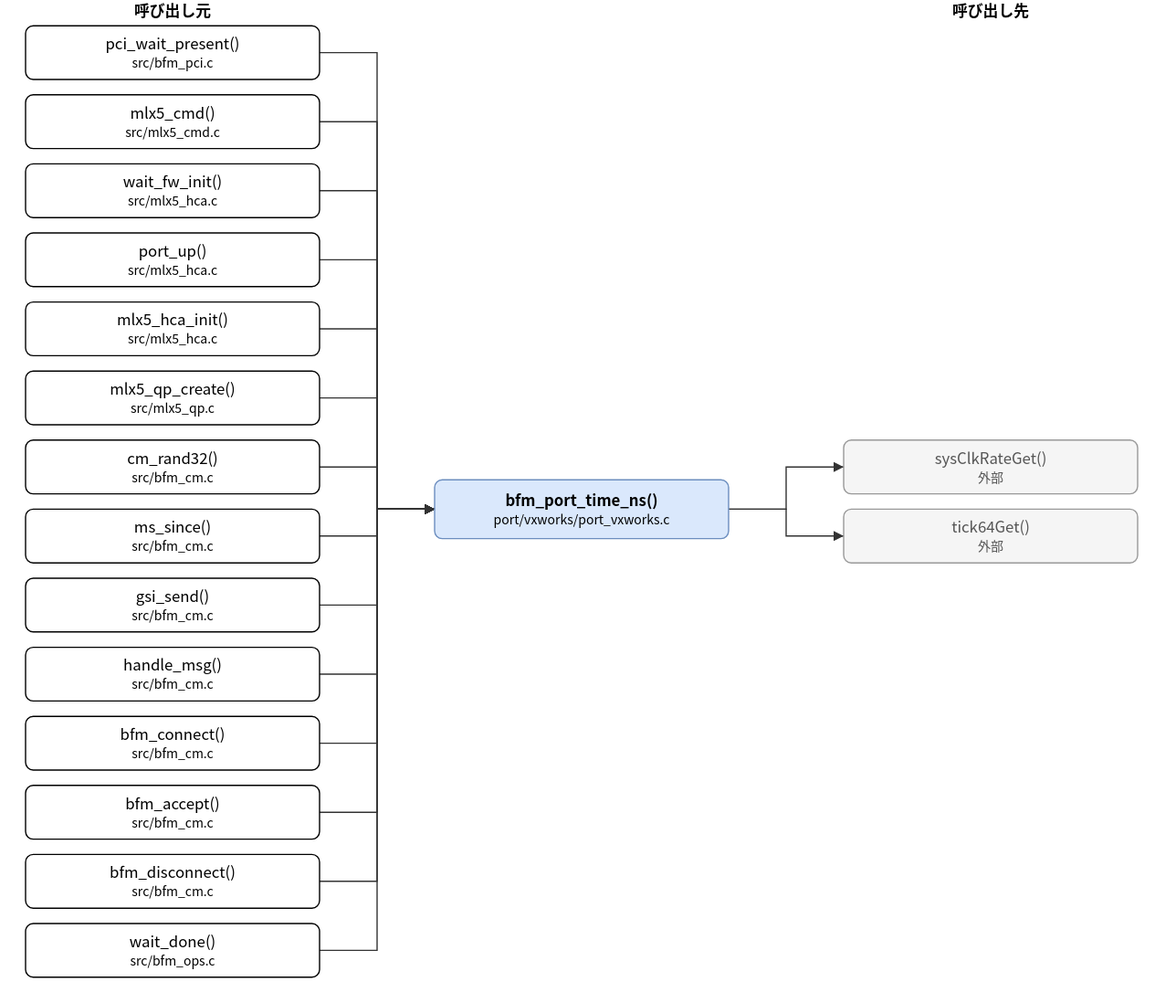
This is doc/spec/images/call_port_vxworks_port_vxworks-bfm_port_time_ns.drawio.svg from hf355051012-ai/bfmem, a draw.io export, as it was before one commit. Source tidied: cells renumbered, new cells last; positions are measured from the earlier drawing's top-left corner, leaving out a move shared by most shapes. Its diagram source:
```xml
<mxGraphModel>
  <root>
    <mxCell id="0" />
    <mxCell id="1" parent="0" />
    <mxCell id="2" value="bfm_port_time_ns()&lt;br&gt;&lt;font style=&quot;font-size:10px&quot;&gt;port/vxworks/port_vxworks.c&lt;/font&gt;" style="rounded=1;whiteSpace=wrap;html=1;fillColor=#dae8fc;strokeColor=#6c8ebf;fontStyle=1;" parent="1" vertex="1">
      <mxGeometry x="320" y="375" width="230" height="46" as="geometry" />
    </mxCell>
    <mxCell id="3" value="pci_wait_present()&lt;br&gt;&lt;font style=&quot;font-size:10px&quot;&gt;src/bfm_pci.c&lt;/font&gt;" style="rounded=1;whiteSpace=wrap;html=1;" parent="1" vertex="1">
      <mxGeometry y="20" width="230" height="42" as="geometry" />
    </mxCell>
    <mxCell id="4" value="mlx5_cmd()&lt;br&gt;&lt;font style=&quot;font-size:10px&quot;&gt;src/mlx5_cmd.c&lt;/font&gt;" style="rounded=1;whiteSpace=wrap;html=1;" parent="1" vertex="1">
      <mxGeometry y="74" width="230" height="42" as="geometry" />
    </mxCell>
    <mxCell id="5" value="wait_fw_init()&lt;br&gt;&lt;font style=&quot;font-size:10px&quot;&gt;src/mlx5_hca.c&lt;/font&gt;" style="rounded=1;whiteSpace=wrap;html=1;" parent="1" vertex="1">
      <mxGeometry y="128" width="230" height="42" as="geometry" />
    </mxCell>
    <mxCell id="6" value="port_up()&lt;br&gt;&lt;font style=&quot;font-size:10px&quot;&gt;src/mlx5_hca.c&lt;/font&gt;" style="rounded=1;whiteSpace=wrap;html=1;" parent="1" vertex="1">
      <mxGeometry y="182" width="230" height="42" as="geometry" />
    </mxCell>
    <mxCell id="7" value="mlx5_hca_init()&lt;br&gt;&lt;font style=&quot;font-size:10px&quot;&gt;src/mlx5_hca.c&lt;/font&gt;" style="rounded=1;whiteSpace=wrap;html=1;" parent="1" vertex="1">
      <mxGeometry y="236" width="230" height="42" as="geometry" />
    </mxCell>
    <mxCell id="8" value="mlx5_qp_create()&lt;br&gt;&lt;font style=&quot;font-size:10px&quot;&gt;src/mlx5_qp.c&lt;/font&gt;" style="rounded=1;whiteSpace=wrap;html=1;" parent="1" vertex="1">
      <mxGeometry y="290" width="230" height="42" as="geometry" />
    </mxCell>
    <mxCell id="9" value="cm_rand32()&lt;br&gt;&lt;font style=&quot;font-size:10px&quot;&gt;src/bfm_cm.c&lt;/font&gt;" style="rounded=1;whiteSpace=wrap;html=1;" parent="1" vertex="1">
      <mxGeometry y="344" width="230" height="42" as="geometry" />
    </mxCell>
    <mxCell id="10" value="ms_since()&lt;br&gt;&lt;font style=&quot;font-size:10px&quot;&gt;src/bfm_cm.c&lt;/font&gt;" style="rounded=1;whiteSpace=wrap;html=1;" parent="1" vertex="1">
      <mxGeometry y="398" width="230" height="42" as="geometry" />
    </mxCell>
    <mxCell id="11" value="gsi_send()&lt;br&gt;&lt;font style=&quot;font-size:10px&quot;&gt;src/bfm_cm.c&lt;/font&gt;" style="rounded=1;whiteSpace=wrap;html=1;" parent="1" vertex="1">
      <mxGeometry y="452" width="230" height="42" as="geometry" />
    </mxCell>
    <mxCell id="12" value="handle_msg()&lt;br&gt;&lt;font style=&quot;font-size:10px&quot;&gt;src/bfm_cm.c&lt;/font&gt;" style="rounded=1;whiteSpace=wrap;html=1;" parent="1" vertex="1">
      <mxGeometry y="506" width="230" height="42" as="geometry" />
    </mxCell>
    <mxCell id="13" value="bfm_connect()&lt;br&gt;&lt;font style=&quot;font-size:10px&quot;&gt;src/bfm_cm.c&lt;/font&gt;" style="rounded=1;whiteSpace=wrap;html=1;" parent="1" vertex="1">
      <mxGeometry y="560" width="230" height="42" as="geometry" />
    </mxCell>
    <mxCell id="14" value="bfm_accept()&lt;br&gt;&lt;font style=&quot;font-size:10px&quot;&gt;src/bfm_cm.c&lt;/font&gt;" style="rounded=1;whiteSpace=wrap;html=1;" parent="1" vertex="1">
      <mxGeometry y="614" width="230" height="42" as="geometry" />
    </mxCell>
    <mxCell id="15" value="bfm_disconnect()&lt;br&gt;&lt;font style=&quot;font-size:10px&quot;&gt;src/bfm_cm.c&lt;/font&gt;" style="rounded=1;whiteSpace=wrap;html=1;" parent="1" vertex="1">
      <mxGeometry y="668" width="230" height="42" as="geometry" />
    </mxCell>
    <mxCell id="16" value="wait_done()&lt;br&gt;&lt;font style=&quot;font-size:10px&quot;&gt;src/bfm_ops.c&lt;/font&gt;" style="rounded=1;whiteSpace=wrap;html=1;" parent="1" vertex="1">
      <mxGeometry y="722" width="230" height="42" as="geometry" />
    </mxCell>
    <mxCell id="17" value="sysClkRateGet()&lt;br&gt;&lt;font style=&quot;font-size:10px&quot;&gt;外部&lt;/font&gt;" style="rounded=1;whiteSpace=wrap;html=1;fillColor=#f5f5f5;strokeColor=#999999;fontColor=#555555;" parent="1" vertex="1">
      <mxGeometry x="640" y="344" width="230" height="42" as="geometry" />
    </mxCell>
    <mxCell id="18" value="tick64Get()&lt;br&gt;&lt;font style=&quot;font-size:10px&quot;&gt;外部&lt;/font&gt;" style="rounded=1;whiteSpace=wrap;html=1;fillColor=#f5f5f5;strokeColor=#999999;fontColor=#555555;" parent="1" vertex="1">
      <mxGeometry x="640" y="398" width="230" height="42" as="geometry" />
    </mxCell>
    <mxCell id="19" style="edgeStyle=none;html=1;rounded=0;endArrow=block;endFill=1;exitX=1.0000;exitY=0.5000;exitDx=0;exitDy=0;exitPerimeter=0;entryX=0.0000;entryY=0.5000;entryDx=0;entryDy=0;entryPerimeter=0;" parent="1" edge="1" source="3" target="2">
      <mxGeometry relative="1" as="geometry">
        <Array as="points">
          <mxPoint x="275" y="41" />
          <mxPoint x="275" y="398" />
        </Array>
      </mxGeometry>
    </mxCell>
    <mxCell id="20" style="edgeStyle=none;html=1;rounded=0;endArrow=block;endFill=1;exitX=1.0000;exitY=0.5000;exitDx=0;exitDy=0;exitPerimeter=0;entryX=0.0000;entryY=0.5000;entryDx=0;entryDy=0;entryPerimeter=0;" parent="1" edge="1" source="4" target="2">
      <mxGeometry relative="1" as="geometry">
        <Array as="points">
          <mxPoint x="275" y="95" />
          <mxPoint x="275" y="398" />
        </Array>
      </mxGeometry>
    </mxCell>
    <mxCell id="21" style="edgeStyle=none;html=1;rounded=0;endArrow=block;endFill=1;exitX=1.0000;exitY=0.5000;exitDx=0;exitDy=0;exitPerimeter=0;entryX=0.0000;entryY=0.5000;entryDx=0;entryDy=0;entryPerimeter=0;" parent="1" edge="1" source="5" target="2">
      <mxGeometry relative="1" as="geometry">
        <Array as="points">
          <mxPoint x="275" y="149" />
          <mxPoint x="275" y="398" />
        </Array>
      </mxGeometry>
    </mxCell>
    <mxCell id="22" style="edgeStyle=none;html=1;rounded=0;endArrow=block;endFill=1;exitX=1.0000;exitY=0.5000;exitDx=0;exitDy=0;exitPerimeter=0;entryX=0.0000;entryY=0.5000;entryDx=0;entryDy=0;entryPerimeter=0;" parent="1" edge="1" source="6" target="2">
      <mxGeometry relative="1" as="geometry">
        <Array as="points">
          <mxPoint x="275" y="203" />
          <mxPoint x="275" y="398" />
        </Array>
      </mxGeometry>
    </mxCell>
    <mxCell id="23" style="edgeStyle=none;html=1;rounded=0;endArrow=block;endFill=1;exitX=1.0000;exitY=0.5000;exitDx=0;exitDy=0;exitPerimeter=0;entryX=0.0000;entryY=0.5000;entryDx=0;entryDy=0;entryPerimeter=0;" parent="1" edge="1" source="7" target="2">
      <mxGeometry relative="1" as="geometry">
        <Array as="points">
          <mxPoint x="275" y="257" />
          <mxPoint x="275" y="398" />
        </Array>
      </mxGeometry>
    </mxCell>
    <mxCell id="24" style="edgeStyle=none;html=1;rounded=0;endArrow=block;endFill=1;exitX=1.0000;exitY=0.5000;exitDx=0;exitDy=0;exitPerimeter=0;entryX=0.0000;entryY=0.5000;entryDx=0;entryDy=0;entryPerimeter=0;" parent="1" edge="1" source="8" target="2">
      <mxGeometry relative="1" as="geometry">
        <Array as="points">
          <mxPoint x="275" y="311" />
          <mxPoint x="275" y="398" />
        </Array>
      </mxGeometry>
    </mxCell>
    <mxCell id="25" style="edgeStyle=none;html=1;rounded=0;endArrow=block;endFill=1;exitX=1.0000;exitY=0.5000;exitDx=0;exitDy=0;exitPerimeter=0;entryX=0.0000;entryY=0.5000;entryDx=0;entryDy=0;entryPerimeter=0;" parent="1" edge="1" source="9" target="2">
      <mxGeometry relative="1" as="geometry">
        <Array as="points">
          <mxPoint x="275" y="365" />
          <mxPoint x="275" y="398" />
        </Array>
      </mxGeometry>
    </mxCell>
    <mxCell id="26" style="edgeStyle=none;html=1;rounded=0;endArrow=block;endFill=1;exitX=1.0000;exitY=0.5000;exitDx=0;exitDy=0;exitPerimeter=0;entryX=0.0000;entryY=0.5000;entryDx=0;entryDy=0;entryPerimeter=0;" parent="1" edge="1" source="10" target="2">
      <mxGeometry relative="1" as="geometry">
        <Array as="points">
          <mxPoint x="275" y="419" />
          <mxPoint x="275" y="398" />
        </Array>
      </mxGeometry>
    </mxCell>
    <mxCell id="27" style="edgeStyle=none;html=1;rounded=0;endArrow=block;endFill=1;exitX=1.0000;exitY=0.5000;exitDx=0;exitDy=0;exitPerimeter=0;entryX=0.0000;entryY=0.5000;entryDx=0;entryDy=0;entryPerimeter=0;" parent="1" edge="1" source="11" target="2">
      <mxGeometry relative="1" as="geometry">
        <Array as="points">
          <mxPoint x="275" y="473" />
          <mxPoint x="275" y="398" />
        </Array>
      </mxGeometry>
    </mxCell>
    <mxCell id="28" style="edgeStyle=none;html=1;rounded=0;endArrow=block;endFill=1;exitX=1.0000;exitY=0.5000;exitDx=0;exitDy=0;exitPerimeter=0;entryX=0.0000;entryY=0.5000;entryDx=0;entryDy=0;entryPerimeter=0;" parent="1" edge="1" source="12" target="2">
      <mxGeometry relative="1" as="geometry">
        <Array as="points">
          <mxPoint x="275" y="527" />
          <mxPoint x="275" y="398" />
        </Array>
      </mxGeometry>
    </mxCell>
    <mxCell id="29" style="edgeStyle=none;html=1;rounded=0;endArrow=block;endFill=1;exitX=1.0000;exitY=0.5000;exitDx=0;exitDy=0;exitPerimeter=0;entryX=0.0000;entryY=0.5000;entryDx=0;entryDy=0;entryPerimeter=0;" parent="1" edge="1" source="13" target="2">
      <mxGeometry relative="1" as="geometry">
        <Array as="points">
          <mxPoint x="275" y="581" />
          <mxPoint x="275" y="398" />
        </Array>
      </mxGeometry>
    </mxCell>
    <mxCell id="30" style="edgeStyle=none;html=1;rounded=0;endArrow=block;endFill=1;exitX=1.0000;exitY=0.5000;exitDx=0;exitDy=0;exitPerimeter=0;entryX=0.0000;entryY=0.5000;entryDx=0;entryDy=0;entryPerimeter=0;" parent="1" edge="1" source="14" target="2">
      <mxGeometry relative="1" as="geometry">
        <Array as="points">
          <mxPoint x="275" y="635" />
          <mxPoint x="275" y="398" />
        </Array>
      </mxGeometry>
    </mxCell>
    <mxCell id="31" style="edgeStyle=none;html=1;rounded=0;endArrow=block;endFill=1;exitX=1.0000;exitY=0.5000;exitDx=0;exitDy=0;exitPerimeter=0;entryX=0.0000;entryY=0.5000;entryDx=0;entryDy=0;entryPerimeter=0;" parent="1" edge="1" source="15" target="2">
      <mxGeometry relative="1" as="geometry">
        <Array as="points">
          <mxPoint x="275" y="689" />
          <mxPoint x="275" y="398" />
        </Array>
      </mxGeometry>
    </mxCell>
    <mxCell id="32" style="edgeStyle=none;html=1;rounded=0;endArrow=block;endFill=1;exitX=1.0000;exitY=0.5000;exitDx=0;exitDy=0;exitPerimeter=0;entryX=0.0000;entryY=0.5000;entryDx=0;entryDy=0;entryPerimeter=0;" parent="1" edge="1" source="16" target="2">
      <mxGeometry relative="1" as="geometry">
        <Array as="points">
          <mxPoint x="275" y="743" />
          <mxPoint x="275" y="398" />
        </Array>
      </mxGeometry>
    </mxCell>
    <mxCell id="33" style="edgeStyle=none;html=1;rounded=0;endArrow=block;endFill=1;exitX=1.0000;exitY=0.5000;exitDx=0;exitDy=0;exitPerimeter=0;entryX=0.0000;entryY=0.5000;entryDx=0;entryDy=0;entryPerimeter=0;" parent="1" edge="1" source="2" target="17">
      <mxGeometry relative="1" as="geometry">
        <Array as="points">
          <mxPoint x="595" y="398" />
          <mxPoint x="595" y="365" />
        </Array>
      </mxGeometry>
    </mxCell>
    <mxCell id="34" style="edgeStyle=none;html=1;rounded=0;endArrow=block;endFill=1;exitX=1.0000;exitY=0.5000;exitDx=0;exitDy=0;exitPerimeter=0;entryX=0.0000;entryY=0.5000;entryDx=0;entryDy=0;entryPerimeter=0;" parent="1" edge="1" source="2" target="18">
      <mxGeometry relative="1" as="geometry">
        <Array as="points">
          <mxPoint x="595" y="398" />
          <mxPoint x="595" y="419" />
        </Array>
      </mxGeometry>
    </mxCell>
    <mxCell id="35" value="呼び出し元" style="text;html=1;align=center;fontStyle=1;" parent="1" vertex="1">
      <mxGeometry x="35" width="160" height="18" as="geometry" />
    </mxCell>
    <mxCell id="36" value="呼び出し先" style="text;html=1;align=center;fontStyle=1;" parent="1" vertex="1">
      <mxGeometry x="675" width="160" height="18" as="geometry" />
    </mxCell>
  </root>
</mxGraphModel>
```
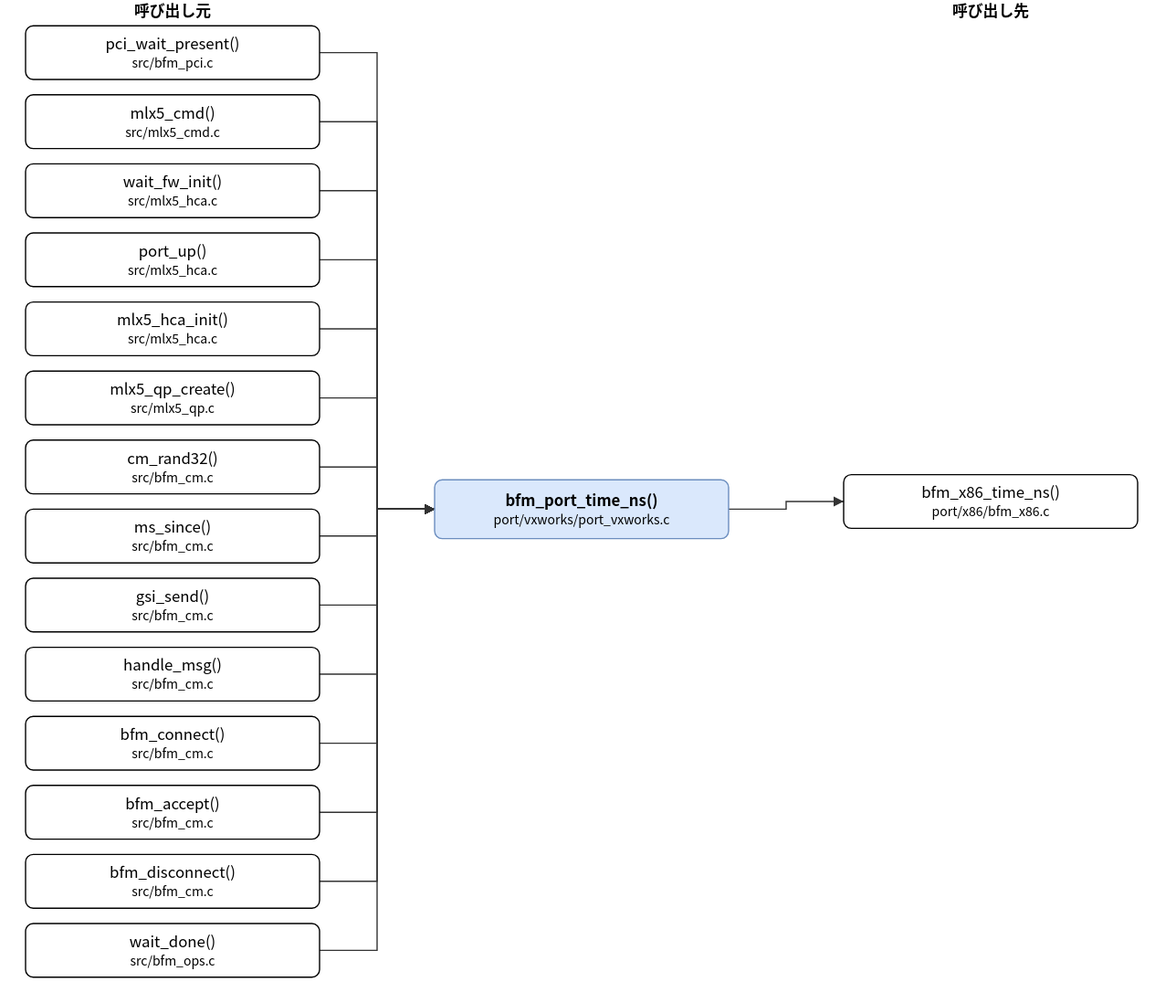
After the change.

What changed in the source:
```diff
@@ -47,12 +47,9 @@
     <mxCell id="16" value="wait_done()&lt;br&gt;&lt;font style=&quot;font-size:10px&quot;&gt;src/bfm_ops.c&lt;/font&gt;" style="rounded=1;whiteSpace=wrap;html=1;" parent="1" vertex="1">
       <mxGeometry y="722" width="230" height="42" as="geometry" />
     </mxCell>
-    <mxCell id="17" value="sysClkRateGet()&lt;br&gt;&lt;font style=&quot;font-size:10px&quot;&gt;外部&lt;/font&gt;" style="rounded=1;whiteSpace=wrap;html=1;fillColor=#f5f5f5;strokeColor=#999999;fontColor=#555555;" parent="1" vertex="1">
-      <mxGeometry x="640" y="344" width="230" height="42" as="geometry" />
+    <mxCell id="17" value="bfm_x86_time_ns()&lt;br&gt;&lt;font style=&quot;font-size:10px&quot;&gt;port/x86/bfm_x86.c&lt;/font&gt;" style="rounded=1;whiteSpace=wrap;html=1;" parent="1" vertex="1">
+      <mxGeometry x="640" y="371" width="230" height="42" as="geometry" />
     </mxCell>
-    <mxCell id="18" value="tick64Get()&lt;br&gt;&lt;font style=&quot;font-size:10px&quot;&gt;外部&lt;/font&gt;" style="rounded=1;whiteSpace=wrap;html=1;fillColor=#f5f5f5;strokeColor=#999999;fontColor=#555555;" parent="1" vertex="1">
-      <mxGeometry x="640" y="398" width="230" height="42" as="geometry" />
-    </mxCell>
     <mxCell id="19" style="edgeStyle=none;html=1;rounded=0;endArrow=block;endFill=1;exitX=1.0000;exitY=0.5000;exitDx=0;exitDy=0;exitPerimeter=0;entryX=0.0000;entryY=0.5000;entryDx=0;entryDy=0;entryPerimeter=0;" parent="1" edge="1" source="3" target="2">
       <mxGeometry relative="1" as="geometry">
         <Array as="points">
@@ -169,18 +166,10 @@
       <mxGeometry relative="1" as="geometry">
         <Array as="points">
           <mxPoint x="595" y="398" />
-          <mxPoint x="595" y="365" />
+          <mxPoint x="595" y="392" />
         </Array>
       </mxGeometry>
     </mxCell>
-    <mxCell id="34" style="edgeStyle=none;html=1;rounded=0;endArrow=block;endFill=1;exitX=1.0000;exitY=0.5000;exitDx=0;exitDy=0;exitPerimeter=0;entryX=0.0000;entryY=0.5000;entryDx=0;entryDy=0;entryPerimeter=0;" parent="1" edge="1" source="2" target="18">
-      <mxGeometry relative="1" as="geometry">
-        <Array as="points">
-          <mxPoint x="595" y="398" />
-          <mxPoint x="595" y="419" />
-        </Array>
-      </mxGeometry>
-    </mxCell>
     <mxCell id="35" value="呼び出し元" style="text;html=1;align=center;fontStyle=1;" parent="1" vertex="1">
       <mxGeometry x="35" width="160" height="18" as="geometry" />
     </mxCell>
```
